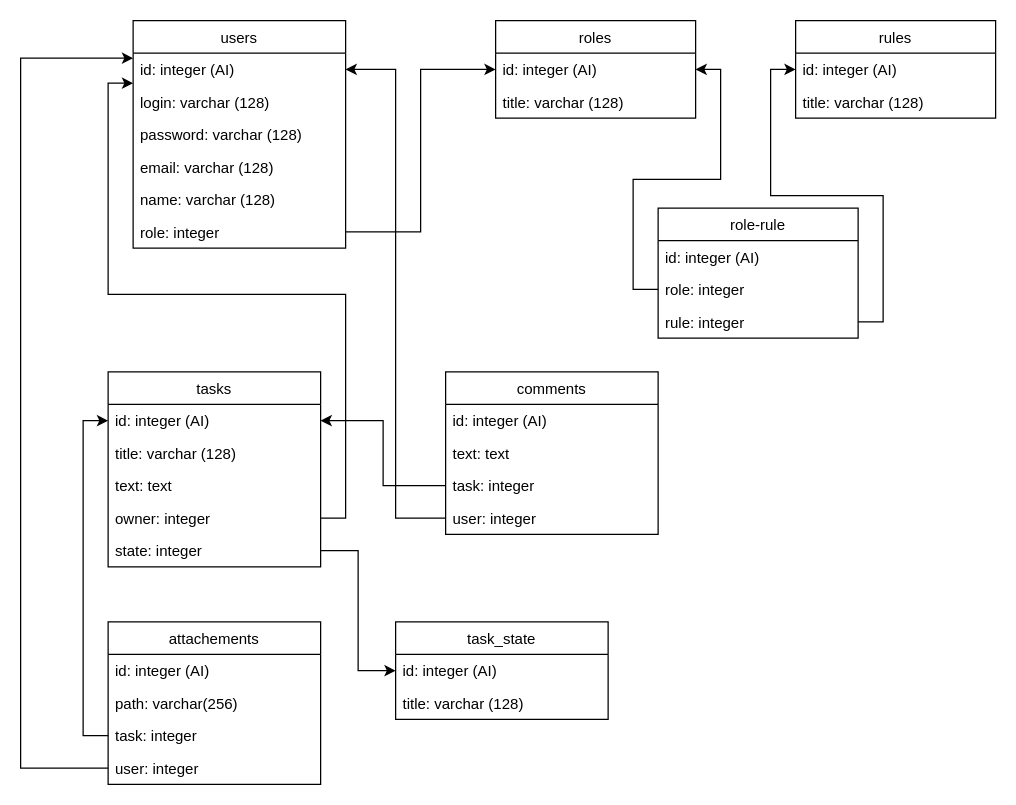
Above: chapter_003/files/tracker_db_uml.drawio in barsrb/job4j_design (draw.io), before the change. Source tidied: cells renumbered, new cells numbered last; positions are measured from the earlier drawing's top-left corner, leaving out a move shared by most shapes. Both pictures are drawn from the tidied source at 125%, with x=0, y=0 at pixel (20, 20).
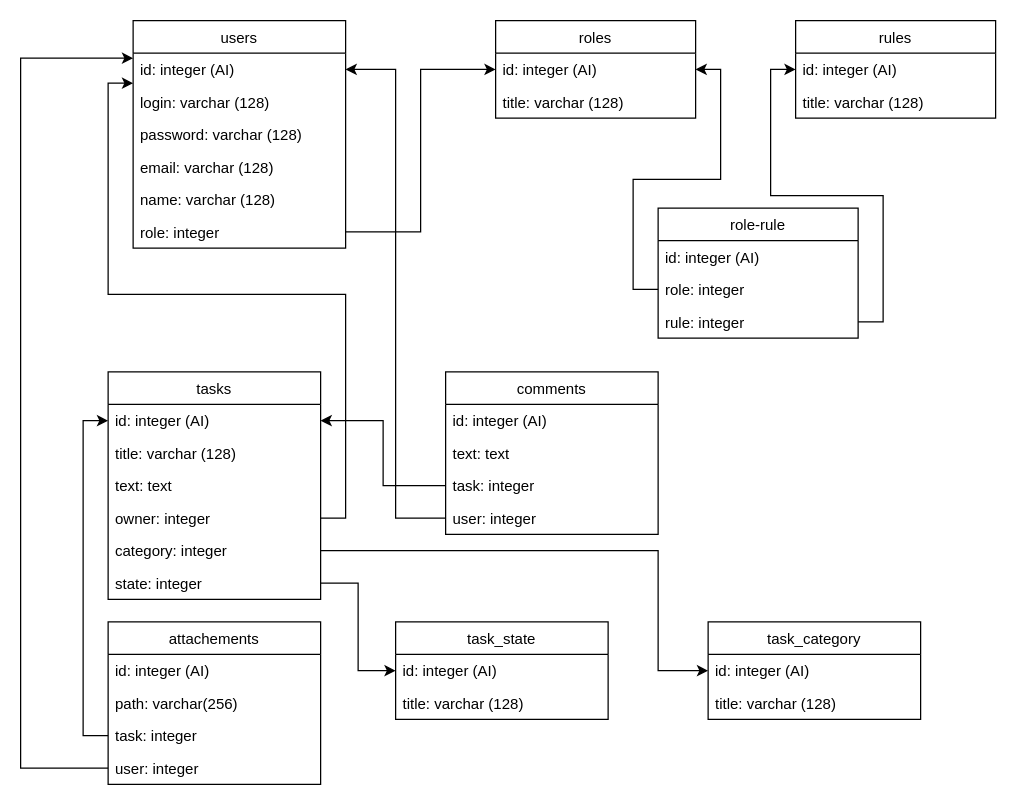
Above is the later version.

Commit message (it also covers changes not shown here):
1. Схема прав пользователи и роли.[#269011] Добавлена таблица "категории задач"

Change to the diagram source:
```diff
@@
     <mxCell id="23" value="tasks" style="swimlane;fontStyle=0;horizontal=1;startSize=26;fillColor=none;" parent="1" vertex="1">
-      <mxGeometry x="70" y="281" width="170" height="156" as="geometry" />
+      <mxGeometry x="70" y="281" width="170" height="182" as="geometry" />
     </mxCell>
@@
+    <mxCell id="47" value="category: integer" style="text;strokeColor=none;fillColor=none;align=left;verticalAlign=top;spacingLeft=4;spacingRight=4;overflow=hidden;points=[[0,0.5],[1,0.5]];portConstraint=eastwest;" parent="23" vertex="1">
+      <mxGeometry y="130" width="170" height="26" as="geometry" />
+    </mxCell>
     <mxCell id="28" value="state: integer" style="text;strokeColor=none;fillColor=none;align=left;verticalAlign=top;spacingLeft=4;spacingRight=4;overflow=hidden;points=[[0,0.5],[1,0.5]];portConstraint=eastwest;" parent="23" vertex="1">
-      <mxGeometry y="130" width="170" height="26" as="geometry" />
+      <mxGeometry y="156" width="170" height="26" as="geometry" />
     </mxCell>
@@
+    <mxCell id="48" style="edgeStyle=orthogonalEdgeStyle;rounded=0;jettySize=auto;html=1;entryX=0;entryY=0.5;entryDx=0;entryDy=0;" parent="1" edge="1" source="47" target="50">
+      <mxGeometry relative="1" as="geometry">
+        <Array as="points">
+          <mxPoint x="510" y="424" />
+          <mxPoint x="510" y="520" />
+        </Array>
+      </mxGeometry>
+    </mxCell>
+    <mxCell id="49" value="task_category" style="swimlane;fontStyle=0;horizontal=1;startSize=26;fillColor=none;" parent="1" vertex="1">
+      <mxGeometry x="550" y="481" width="170" height="78" as="geometry" />
+    </mxCell>
+    <mxCell id="50" value="id: integer (AI)" style="text;strokeColor=none;fillColor=none;align=left;verticalAlign=top;spacingLeft=4;spacingRight=4;overflow=hidden;points=[[0,0.5],[1,0.5]];portConstraint=eastwest;" parent="49" vertex="1">
+      <mxGeometry y="26" width="170" height="26" as="geometry" />
+    </mxCell>
+    <mxCell id="51" value="title: varchar (128)" style="text;strokeColor=none;fillColor=none;align=left;verticalAlign=top;spacingLeft=4;spacingRight=4;overflow=hidden;" parent="49" vertex="1">
+      <mxGeometry y="52" width="170" height="26" as="geometry" />
+    </mxCell>
```
